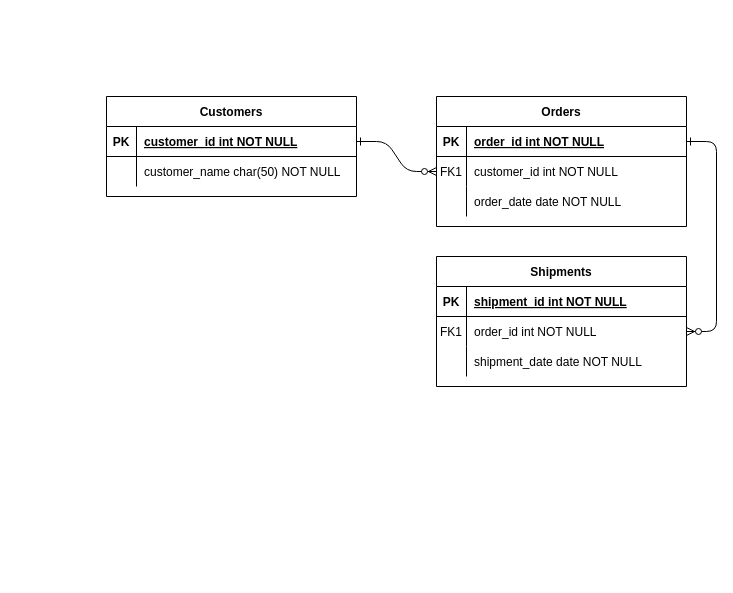
The draw.io diagram Untitled Diagram.drawio in barrett-robillard-family/barrett-website, before the edit. Source tidied: cells renumbered, new cells numbered last; positions are measured from the earlier drawing's top-left corner, leaving out a move shared by most shapes. Both pictures are drawn from the tidied source at 100%, with x=0, y=0 at pixel (106, 96).
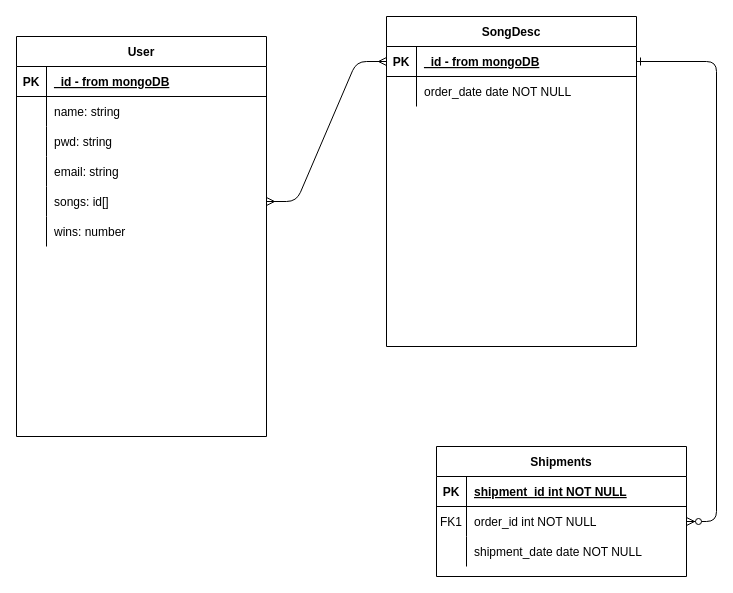
The same page after the edit.

Unchanged cells that the change refers to:
```xml
<mxCell id="5" style="shape=partialRectangle;fillColor=none;points=[[0,0.5],[1,0.5]];portConstraint=eastwest;top=0;left=0;right=0;bottom=1;" parent="4" vertex="1">
  <mxGeometry y="30" width="250" height="30" as="geometry" />
</mxCell>
<mxCell id="25" style="shape=partialRectangle;fillColor=none;points=[[0,0.5],[1,0.5]];portConstraint=eastwest;top=0;left=0;right=0;bottom=1;" parent="24" vertex="1">
  <mxGeometry y="30" width="250" height="30" as="geometry" />
</mxCell>
<mxCell id="28" style="shape=partialRectangle;fillColor=none;top=0;left=0;right=0;bottom=0;" parent="24" vertex="1">
  <mxGeometry y="60" width="250" height="30" as="geometry" />
</mxCell>
```

What changed in the source:
```diff
@@
-    <mxCell id="2" style="edgeStyle=entityRelationEdgeStyle;endArrow=ERzeroToMany;startArrow=ERone;endFill=1;startFill=0;" parent="1" edge="1" source="25" target="8">
-      <mxGeometry relative="1" as="geometry" />
-    </mxCell>
@@
-    <mxCell id="4" value="Orders" style="shape=table;startSize=30;childLayout=tableLayout;rowLines=0;fontStyle=1;align=center;" parent="1" vertex="1">
-      <mxGeometry x="330" width="250" height="130" as="geometry" />
+    <mxCell id="4" value="SongDesc" style="shape=table;startSize=30;childLayout=tableLayout;rowLines=0;fontStyle=1;align=center;" parent="1" vertex="1">
+      <mxGeometry x="280" y="-80" width="250" height="330" as="geometry" />
     </mxCell>
@@
-    <mxCell id="7" value="order_id int NOT NULL " style="shape=partialRectangle;overflow=hidden;fillColor=none;top=0;left=0;bottom=0;right=0;align=left;spacingLeft=6;fontStyle=5;" parent="5" vertex="1">
+    <mxCell id="7" value="_id - from mongoDB" style="shape=partialRectangle;overflow=hidden;fillColor=none;top=0;left=0;bottom=0;right=0;align=left;spacingLeft=6;fontStyle=5;" parent="5" vertex="1">
       <mxGeometry x="30" width="220" height="30" as="geometry" />
     </mxCell>
-    <mxCell id="8" style="shape=partialRectangle;fillColor=none;points=[[0,0.5],[1,0.5]];portConstraint=eastwest;top=0;left=0;right=0;bottom=0;" parent="4" vertex="1">
-      <mxGeometry y="60" width="250" height="30" as="geometry" />
-    </mxCell>
-    <mxCell id="9" value="FK1" style="shape=partialRectangle;overflow=hidden;fillColor=none;top=0;left=0;bottom=0;right=0;" parent="8" vertex="1">
-      <mxGeometry width="30" height="30" as="geometry" />
-    </mxCell>
-    <mxCell id="10" value="customer_id int NOT NULL" style="shape=partialRectangle;overflow=hidden;fillColor=none;top=0;left=0;bottom=0;right=0;align=left;spacingLeft=6;" parent="8" vertex="1">
-      <mxGeometry x="30" width="220" height="30" as="geometry" />
-    </mxCell>
     <mxCell id="11" style="shape=partialRectangle;fillColor=none;top=0;left=0;right=0;bottom=0;" parent="4" vertex="1">
-      <mxGeometry y="90" width="250" height="30" as="geometry" />
+      <mxGeometry y="60" width="250" height="30" as="geometry" />
     </mxCell>
@@
     <mxCell id="14" value="Shipments" style="shape=table;startSize=30;childLayout=tableLayout;rowLines=0;fontStyle=1;align=center;" parent="1" vertex="1">
-      <mxGeometry x="330" y="160" width="250" height="130" as="geometry" />
+      <mxGeometry x="330" y="350" width="250" height="130" as="geometry" />
     </mxCell>
@@
-    <mxCell id="24" value="Customers" style="shape=table;startSize=30;childLayout=tableLayout;rowLines=0;fontStyle=1;align=center;" parent="1" vertex="1">
-      <mxGeometry width="250" height="100" as="geometry" />
+    <mxCell id="24" value="User" style="shape=table;startSize=30;childLayout=tableLayout;rowLines=0;fontStyle=1;align=center;" parent="1" vertex="1">
+      <mxGeometry x="-90" y="-60" width="250" height="400" as="geometry" />
     </mxCell>
@@
-    <mxCell id="27" value="customer_id int NOT NULL " style="shape=partialRectangle;overflow=hidden;fillColor=none;top=0;left=0;bottom=0;right=0;align=left;spacingLeft=6;fontStyle=5;" parent="25" vertex="1">
+    <mxCell id="27" value="_id - from mongoDB" style="shape=partialRectangle;overflow=hidden;fillColor=none;top=0;left=0;bottom=0;right=0;align=left;spacingLeft=6;fontStyle=5;" parent="25" vertex="1">
       <mxGeometry x="30" width="220" height="30" as="geometry" />
     </mxCell>
@@
-    <mxCell id="30" value="customer_name char(50) NOT NULL" style="shape=partialRectangle;overflow=hidden;fillColor=none;top=0;left=0;bottom=0;right=0;align=left;spacingLeft=6;" parent="28" vertex="1">
+    <mxCell id="30" value="name: string" style="shape=partialRectangle;overflow=hidden;fillColor=none;top=0;left=0;bottom=0;right=0;align=left;spacingLeft=6;" parent="28" vertex="1">
       <mxGeometry x="30" width="220" height="30" as="geometry" />
     </mxCell>
+    <mxCell id="31" style="shape=partialRectangle;fillColor=none;top=0;left=0;right=0;bottom=0;" parent="24" vertex="1">
+      <mxGeometry y="90" width="250" height="30" as="geometry" />
+    </mxCell>
+    <mxCell id="32" style="shape=partialRectangle;overflow=hidden;fillColor=none;top=0;left=0;bottom=0;right=0;" parent="31" vertex="1">
+      <mxGeometry width="30" height="30" as="geometry" />
+    </mxCell>
+    <mxCell id="33" value="pwd: string" style="shape=partialRectangle;overflow=hidden;fillColor=none;top=0;left=0;bottom=0;right=0;align=left;spacingLeft=6;" parent="31" vertex="1">
+      <mxGeometry x="30" width="220" height="30" as="geometry" />
+    </mxCell>
+    <mxCell id="34" style="shape=partialRectangle;fillColor=none;top=0;left=0;right=0;bottom=0;" parent="24" vertex="1">
+      <mxGeometry y="120" width="250" height="30" as="geometry" />
+    </mxCell>
+    <mxCell id="35" style="shape=partialRectangle;overflow=hidden;fillColor=none;top=0;left=0;bottom=0;right=0;" parent="34" vertex="1">
+      <mxGeometry width="30" height="30" as="geometry" />
+    </mxCell>
+    <mxCell id="36" value="email: string" style="shape=partialRectangle;overflow=hidden;fillColor=none;top=0;left=0;bottom=0;right=0;align=left;spacingLeft=6;" parent="34" vertex="1">
+      <mxGeometry x="30" width="220" height="30" as="geometry" />
+    </mxCell>
+    <mxCell id="37" style="shape=partialRectangle;fillColor=none;points=[[0,0.5],[1,0.5]];portConstraint=eastwest;top=0;left=0;right=0;bottom=0;" parent="24" vertex="1">
+      <mxGeometry y="150" width="250" height="30" as="geometry" />
+    </mxCell>
+    <mxCell id="38" style="shape=partialRectangle;overflow=hidden;fillColor=none;top=0;left=0;bottom=0;right=0;" parent="37" vertex="1">
+      <mxGeometry width="30" height="30" as="geometry" />
+    </mxCell>
+    <mxCell id="39" value="songs: id[]" style="shape=partialRectangle;overflow=hidden;fillColor=none;top=0;left=0;bottom=0;right=0;align=left;spacingLeft=6;" parent="37" vertex="1">
+      <mxGeometry x="30" width="220" height="30" as="geometry" />
+    </mxCell>
+    <mxCell id="40" style="shape=partialRectangle;fillColor=none;top=0;left=0;right=0;bottom=0;" parent="24" vertex="1">
+      <mxGeometry y="180" width="250" height="30" as="geometry" />
+    </mxCell>
+    <mxCell id="41" style="shape=partialRectangle;overflow=hidden;fillColor=none;top=0;left=0;bottom=0;right=0;" parent="40" vertex="1">
+      <mxGeometry width="30" height="30" as="geometry" />
+    </mxCell>
+    <mxCell id="42" value="wins: number" style="shape=partialRectangle;overflow=hidden;fillColor=none;top=0;left=0;bottom=0;right=0;align=left;spacingLeft=6;" parent="40" vertex="1">
+      <mxGeometry x="30" width="220" height="30" as="geometry" />
+    </mxCell>
+    <mxCell id="43" style="edgeStyle=entityRelationEdgeStyle;fontSize=12;html=1;endArrow=ERmany;startArrow=ERmany;exitX=1;exitY=0.5;exitDx=0;exitDy=0;entryX=0;entryY=0.5;entryDx=0;entryDy=0;" parent="1" edge="1" source="37" target="5">
+      <mxGeometry relative="1" as="geometry" />
+    </mxCell>
```
